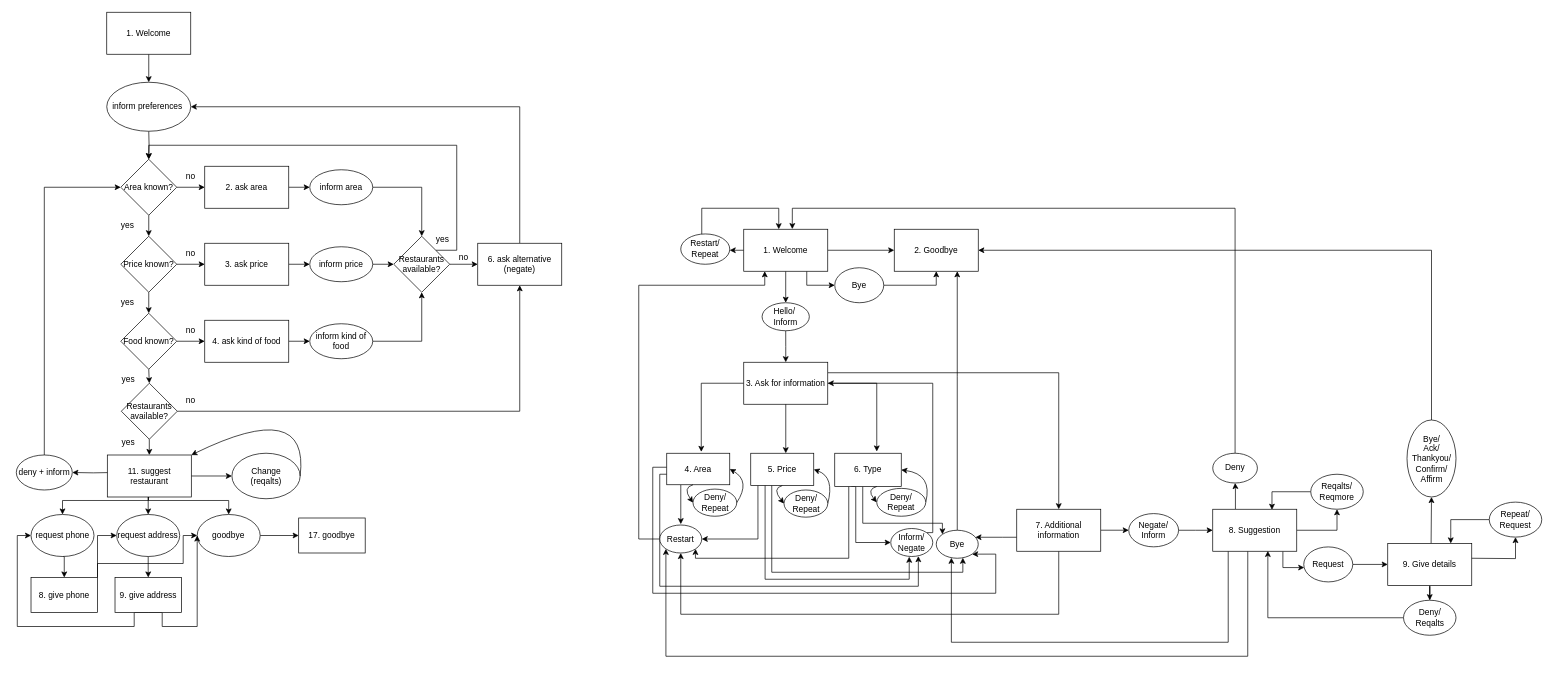
This is data/Unbenanntes Diagramm.drawio from maxschwalenberg/methods_in_ai_research_03, a draw.io file, before an edit. Source tidied: cells renumbered, new cells numbered last; positions are measured from the earlier drawing's top-left corner, leaving out a move shared by most shapes. Both pictures are drawn from the tidied source at 70%, with x=0, y=0 at pixel (16, 12).
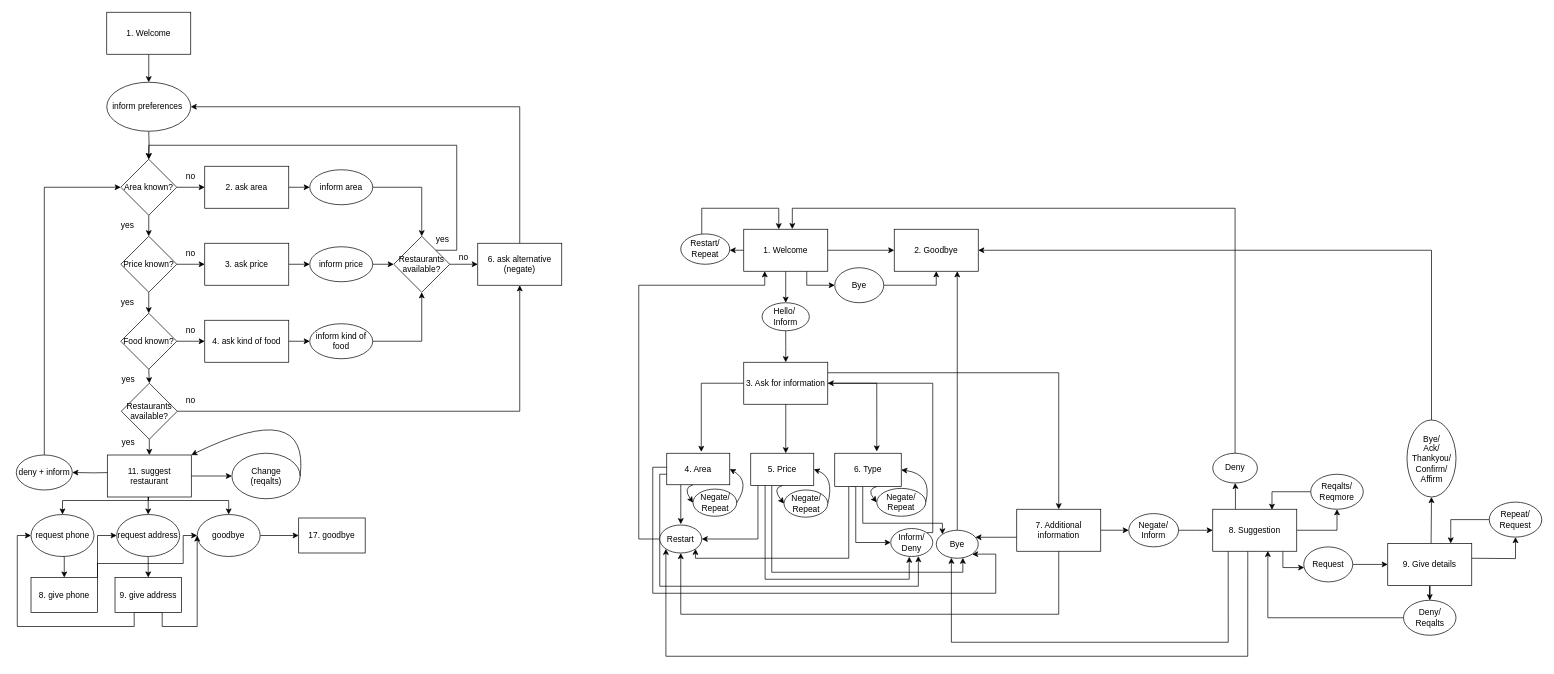
After the change.

Unchanged cells that the change refers to:
```xml
<mxCell id="91" value="5. Price" style="rounded=0;whiteSpace=wrap;html=1;" parent="1" vertex="1">
  <mxGeometry x="1049" y="630" width="90" height="46.2" as="geometry" />
</mxCell>
```

What changed in the source:
```diff
@@
-    <mxCell id="101" value="Inform/&lt;br&gt;Negate" style="ellipse;whiteSpace=wrap;html=1;" parent="1" vertex="1">
+    <mxCell id="101" value="Inform/&lt;br&gt;Deny" style="ellipse;whiteSpace=wrap;html=1;" parent="1" vertex="1">
       <mxGeometry x="1249" y="737.5" width="60" height="40" as="geometry" />
     </mxCell>
-    <mxCell id="102" value="Deny/&lt;br&gt;Repeat" style="ellipse;whiteSpace=wrap;html=1;" parent="1" vertex="1">
+    <mxCell id="102" value="Negate/&lt;br&gt;Repeat" style="ellipse;whiteSpace=wrap;html=1;" parent="1" vertex="1">
       <mxGeometry x="966.5" y="681.2" width="62.5" height="38.8" as="geometry" />
     </mxCell>
@@
-    <mxCell id="134" style="curved=1;endArrow=classic;html=1;rounded=0;entryX=1;entryY=0.5;entryDx=0;entryDy=0;exitX=1;exitY=0.5;exitDx=0;exitDy=0;" parent="1" edge="1" source="135" target="91">
+    <mxCell id="134" style="curved=1;endArrow=classic;html=1;rounded=0;exitX=1;exitY=0.5;exitDx=0;exitDy=0;" parent="1" edge="1" source="135">
       <mxGeometry relative="1" as="geometry">
+        <mxPoint x="1139" y="653" as="targetPoint" />
         <Array as="points">
           <mxPoint x="1169" y="664" />
         </Array>
       </mxGeometry>
     </mxCell>
-    <mxCell id="135" value="Deny/&lt;br&gt;Repeat" style="ellipse;whiteSpace=wrap;html=1;" parent="1" vertex="1">
+    <mxCell id="135" value="Negate/&lt;br&gt;Repeat" style="ellipse;whiteSpace=wrap;html=1;" parent="1" vertex="1">
       <mxGeometry x="1096.5" y="682.5" width="62.5" height="38.8" as="geometry" />
     </mxCell>
@@
-    <mxCell id="138" value="Deny/&lt;br&gt;Repeat" style="ellipse;whiteSpace=wrap;html=1;" parent="1" vertex="1">
+    <mxCell id="138" value="Negate/&lt;br&gt;Repeat" style="ellipse;whiteSpace=wrap;html=1;" parent="1" vertex="1">
       <mxGeometry x="1229" y="680.2" width="70" height="39.8" as="geometry" />
     </mxCell>
```
